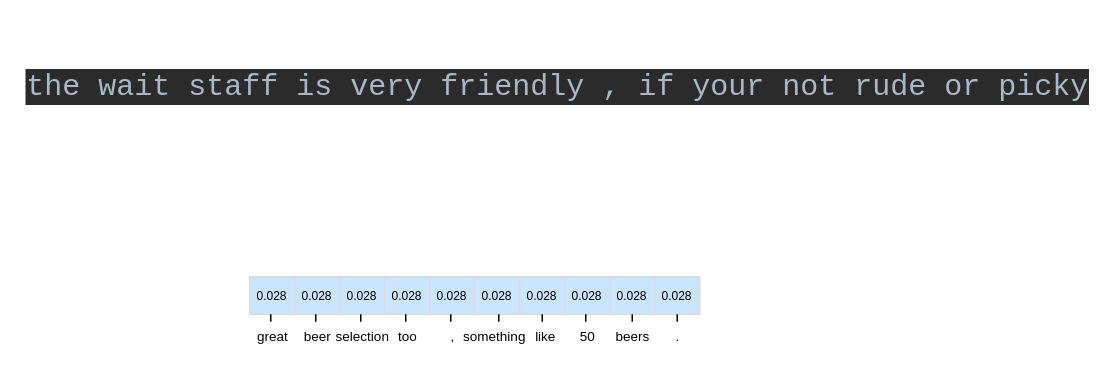
Before: case study.drawio in zhaicao/images, a draw.io diagram. Source tidied: cells renumbered, new cells numbered last; positions are measured from the earlier drawing's top-left corner, leaving out a move shared by most shapes. Both pictures are drawn from the tidied source at 150%, with x=0, y=0 at pixel (54, 26).
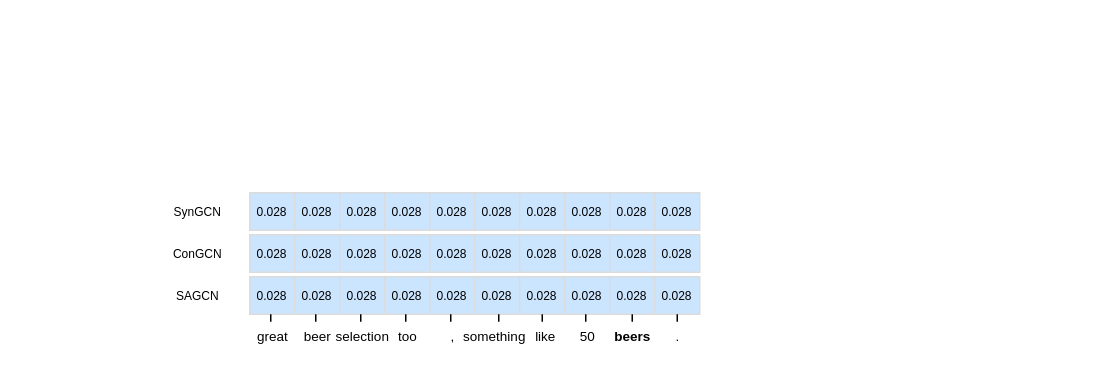
Above is the later version.

Diff of the diagram source:
```diff
@@
-    <mxCell id="4" value="&lt;pre style=&quot;background-color:#2b2b2b;color:#a9b7c6;font-family:'JetBrains Mono',monospace;font-size:15.0pt;&quot;&gt;the wait staff is very friendly , if your not rude or picky&lt;/pre&gt;" style="text;html=1;align=center;verticalAlign=middle;strokeColor=none;fillColor=none;" parent="1" vertex="1">
-      <mxGeometry width="670" height="80" as="geometry" />
-    </mxCell>
@@
-    <mxCell id="21" value="&lt;span style=&quot;font-size: 9px;&quot;&gt;beers&lt;/span&gt;" style="text;html=1;align=center;verticalAlign=middle;strokeColor=none;fillColor=none;fontSize=9;" parent="1" vertex="1">
+    <mxCell id="21" value="&lt;span style=&quot;font-size: 9px;&quot;&gt;&lt;b&gt;beers&lt;/b&gt;&lt;/span&gt;" style="text;html=1;align=center;verticalAlign=middle;strokeColor=none;fillColor=none;fontSize=9;" parent="1" vertex="1">
       <mxGeometry x="360" y="197" width="50" height="20" as="geometry" />
     </mxCell>
@@
+    <mxCell id="33" value="&lt;font style=&quot;font-size: 8px;&quot;&gt;0.028&lt;/font&gt;" style="whiteSpace=wrap;html=1;strokeColor=#DBDBDB;fillColor=#cce5ff;fontSize=8;" parent="1" vertex="1">
+      <mxGeometry x="130" y="139" width="30" height="25" as="geometry" />
+    </mxCell>
+    <mxCell id="34" value="&lt;font style=&quot;font-size: 8px;&quot;&gt;0.028&lt;/font&gt;" style="whiteSpace=wrap;html=1;fillColor=#cce5ff;strokeColor=#DBDBDB;fontSize=8;" parent="1" vertex="1">
+      <mxGeometry x="160" y="139" width="30" height="25" as="geometry" />
+    </mxCell>
+    <mxCell id="35" value="&lt;font style=&quot;font-size: 8px;&quot;&gt;0.028&lt;/font&gt;" style="whiteSpace=wrap;html=1;strokeColor=#DBDBDB;fillColor=#cce5ff;fontSize=8;" parent="1" vertex="1">
+      <mxGeometry x="190" y="139" width="30" height="25" as="geometry" />
+    </mxCell>
+    <mxCell id="36" value="&lt;font style=&quot;font-size: 8px;&quot;&gt;0.028&lt;/font&gt;" style="whiteSpace=wrap;html=1;fillColor=#cce5ff;strokeColor=#DBDBDB;fontSize=8;" parent="1" vertex="1">
+      <mxGeometry x="220" y="139" width="30" height="25" as="geometry" />
+    </mxCell>
+    <mxCell id="37" value="&lt;font style=&quot;font-size: 8px;&quot;&gt;0.028&lt;/font&gt;" style="whiteSpace=wrap;html=1;strokeColor=#DBDBDB;fillColor=#cce5ff;fontSize=8;" parent="1" vertex="1">
+      <mxGeometry x="250" y="139" width="30" height="25" as="geometry" />
+    </mxCell>
+    <mxCell id="38" value="&lt;font style=&quot;font-size: 8px;&quot;&gt;0.028&lt;/font&gt;" style="whiteSpace=wrap;html=1;fillColor=#cce5ff;strokeColor=#DBDBDB;fontSize=8;" parent="1" vertex="1">
+      <mxGeometry x="280" y="139" width="30" height="25" as="geometry" />
+    </mxCell>
+    <mxCell id="39" value="&lt;font style=&quot;font-size: 8px;&quot;&gt;0.028&lt;/font&gt;" style="whiteSpace=wrap;html=1;strokeColor=#DBDBDB;fillColor=#cce5ff;fontSize=8;" parent="1" vertex="1">
+      <mxGeometry x="310" y="139" width="30" height="25" as="geometry" />
+    </mxCell>
+    <mxCell id="40" value="&lt;font style=&quot;font-size: 8px;&quot;&gt;0.028&lt;/font&gt;" style="whiteSpace=wrap;html=1;fillColor=#cce5ff;strokeColor=#DBDBDB;fontSize=8;" parent="1" vertex="1">
+      <mxGeometry x="340" y="139" width="30" height="25" as="geometry" />
+    </mxCell>
+    <mxCell id="41" value="&lt;font style=&quot;font-size: 8px;&quot;&gt;0.028&lt;/font&gt;" style="whiteSpace=wrap;html=1;strokeColor=#DBDBDB;fillColor=#cce5ff;fontSize=8;" parent="1" vertex="1">
+      <mxGeometry x="370" y="139" width="30" height="25" as="geometry" />
+    </mxCell>
+    <mxCell id="42" value="&lt;font style=&quot;font-size: 8px;&quot;&gt;0.028&lt;/font&gt;" style="whiteSpace=wrap;html=1;fillColor=#cce5ff;strokeColor=#DBDBDB;fontSize=8;" parent="1" vertex="1">
+      <mxGeometry x="400" y="139" width="30" height="25" as="geometry" />
+    </mxCell>
+    <mxCell id="43" value="&lt;font style=&quot;font-size: 8px;&quot;&gt;0.028&lt;/font&gt;" style="whiteSpace=wrap;html=1;strokeColor=#DBDBDB;fillColor=#cce5ff;fontSize=8;" parent="1" vertex="1">
+      <mxGeometry x="130" y="111" width="30" height="25" as="geometry" />
+    </mxCell>
+    <mxCell id="44" value="&lt;font style=&quot;font-size: 8px;&quot;&gt;0.028&lt;/font&gt;" style="whiteSpace=wrap;html=1;fillColor=#cce5ff;strokeColor=#DBDBDB;fontSize=8;" parent="1" vertex="1">
+      <mxGeometry x="160" y="111" width="30" height="25" as="geometry" />
+    </mxCell>
+    <mxCell id="45" value="&lt;font style=&quot;font-size: 8px;&quot;&gt;0.028&lt;/font&gt;" style="whiteSpace=wrap;html=1;strokeColor=#DBDBDB;fillColor=#cce5ff;fontSize=8;" parent="1" vertex="1">
+      <mxGeometry x="190" y="111" width="30" height="25" as="geometry" />
+    </mxCell>
+    <mxCell id="46" value="&lt;font style=&quot;font-size: 8px;&quot;&gt;0.028&lt;/font&gt;" style="whiteSpace=wrap;html=1;fillColor=#cce5ff;strokeColor=#DBDBDB;fontSize=8;" parent="1" vertex="1">
+      <mxGeometry x="220" y="111" width="30" height="25" as="geometry" />
+    </mxCell>
+    <mxCell id="47" value="&lt;font style=&quot;font-size: 8px;&quot;&gt;0.028&lt;/font&gt;" style="whiteSpace=wrap;html=1;strokeColor=#DBDBDB;fillColor=#cce5ff;fontSize=8;" parent="1" vertex="1">
+      <mxGeometry x="250" y="111" width="30" height="25" as="geometry" />
+    </mxCell>
+    <mxCell id="48" value="&lt;font style=&quot;font-size: 8px;&quot;&gt;0.028&lt;/font&gt;" style="whiteSpace=wrap;html=1;fillColor=#cce5ff;strokeColor=#DBDBDB;fontSize=8;" parent="1" vertex="1">
+      <mxGeometry x="280" y="111" width="30" height="25" as="geometry" />
+    </mxCell>
+    <mxCell id="49" value="&lt;font style=&quot;font-size: 8px;&quot;&gt;0.028&lt;/font&gt;" style="whiteSpace=wrap;html=1;strokeColor=#DBDBDB;fillColor=#cce5ff;fontSize=8;" parent="1" vertex="1">
+      <mxGeometry x="310" y="111" width="30" height="25" as="geometry" />
+    </mxCell>
+    <mxCell id="50" value="&lt;font style=&quot;font-size: 8px;&quot;&gt;0.028&lt;/font&gt;" style="whiteSpace=wrap;html=1;fillColor=#cce5ff;strokeColor=#DBDBDB;fontSize=8;" parent="1" vertex="1">
+      <mxGeometry x="340" y="111" width="30" height="25" as="geometry" />
+    </mxCell>
+    <mxCell id="51" value="&lt;font style=&quot;font-size: 8px;&quot;&gt;0.028&lt;/font&gt;" style="whiteSpace=wrap;html=1;strokeColor=#DBDBDB;fillColor=#cce5ff;fontSize=8;" parent="1" vertex="1">
+      <mxGeometry x="370" y="111" width="30" height="25" as="geometry" />
+    </mxCell>
+    <mxCell id="52" value="&lt;font style=&quot;font-size: 8px;&quot;&gt;0.028&lt;/font&gt;" style="whiteSpace=wrap;html=1;fillColor=#cce5ff;strokeColor=#DBDBDB;fontSize=8;" parent="1" vertex="1">
+      <mxGeometry x="400" y="111" width="30" height="25" as="geometry" />
+    </mxCell>
+    <mxCell id="53" value="SAGCN" style="text;html=1;align=center;verticalAlign=middle;strokeColor=none;fillColor=none;fontSize=8;" parent="1" vertex="1">
+      <mxGeometry x="70" y="169.5" width="50" height="20" as="geometry" />
+    </mxCell>
+    <mxCell id="54" value="SynGCN" style="text;html=1;align=center;verticalAlign=middle;strokeColor=none;fillColor=none;fontSize=8;" parent="1" vertex="1">
+      <mxGeometry x="65" y="113.5" width="60" height="20" as="geometry" />
+    </mxCell>
+    <mxCell id="55" value="ConGCN" style="text;html=1;align=center;verticalAlign=middle;strokeColor=none;fillColor=none;fontSize=8;" parent="1" vertex="1">
+      <mxGeometry x="65" y="141.5" width="60" height="20" as="geometry" />
+    </mxCell>
```
